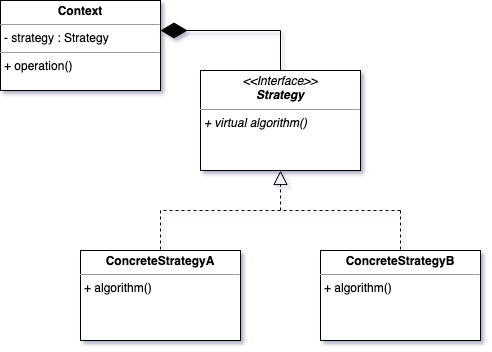
Above: img/strategy.png in cmbrandt/cxx-fundamentals (draw.io), before the change. Source tidied: cells renumbered, new cells last; positions are measured from the earlier drawing's top-left corner, leaving out a move shared by most shapes.
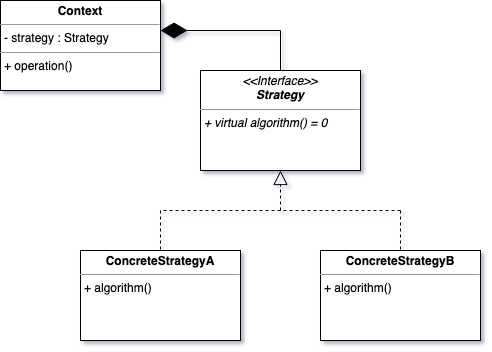
The same diagram one commit later.

Change to the diagram source:
```diff
@@ -35,7 +35,7 @@
         <mxPoint x="160" y="210" as="targetPoint" />
       </mxGeometry>
     </mxCell>
-    <mxCell id="9" value="&lt;p style=&quot;margin:0px;margin-top:4px;text-align:center;&quot;&gt;&lt;i&gt;&amp;lt;&amp;lt;Interface&amp;gt;&amp;gt;&lt;/i&gt;&lt;br&gt;&lt;b&gt;&lt;i&gt;Strategy&lt;/i&gt;&lt;/b&gt;&lt;/p&gt;&lt;hr size=&quot;1&quot;&gt;&lt;p style=&quot;margin:0px;margin-left:4px;&quot;&gt;&lt;/p&gt;&lt;p style=&quot;margin:0px;margin-left:4px;&quot;&gt;&lt;i&gt;+ virtual algorithm()&lt;br&gt;&lt;/i&gt;&lt;br&gt;&lt;/p&gt;" style="verticalAlign=top;align=left;overflow=fill;fontSize=12;fontFamily=Helvetica;html=1;whiteSpace=wrap;labelBackgroundColor=none;" parent="1" vertex="1">
+    <mxCell id="9" value="&lt;p style=&quot;margin:0px;margin-top:4px;text-align:center;&quot;&gt;&lt;i&gt;&amp;lt;&amp;lt;Interface&amp;gt;&amp;gt;&lt;/i&gt;&lt;br&gt;&lt;b&gt;&lt;i&gt;Strategy&lt;/i&gt;&lt;/b&gt;&lt;/p&gt;&lt;hr size=&quot;1&quot;&gt;&lt;p style=&quot;margin:0px;margin-left:4px;&quot;&gt;&lt;/p&gt;&lt;p style=&quot;margin:0px;margin-left:4px;&quot;&gt;&lt;i&gt;+ virtual algorithm() = 0&lt;br&gt;&lt;/i&gt;&lt;br&gt;&lt;/p&gt;" style="verticalAlign=top;align=left;overflow=fill;fontSize=12;fontFamily=Helvetica;html=1;whiteSpace=wrap;labelBackgroundColor=none;" parent="1" vertex="1">
       <mxGeometry x="200" y="70" width="160" height="100" as="geometry" />
     </mxCell>
     <mxCell id="10" style="endArrow=block;dashed=1;endFill=0;endSize=12;html=1;rounded=0;entryX=0.5;entryY=1;entryDx=0;entryDy=0;labelBackgroundColor=none;fontColor=default;" parent="1" edge="1" target="9">
```
